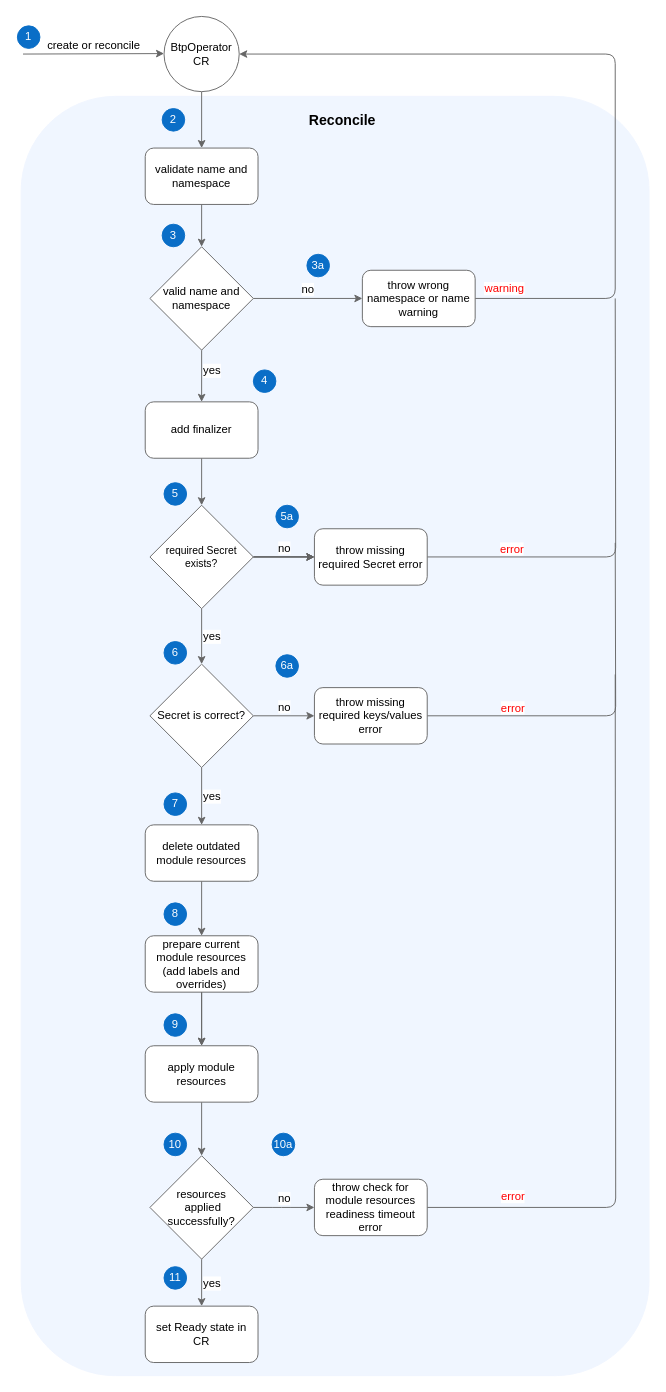
Before: docs/assets/activity_provisioning.drawio in kyma-project/btp-manager, a draw.io diagram. Source tidied: cells renumbered, new cells numbered last; positions are measured from the earlier drawing's top-left corner, leaving out a move shared by most shapes. Both pictures are drawn from the tidied source at 94%, with x=0, y=0 at pixel (17, 16).
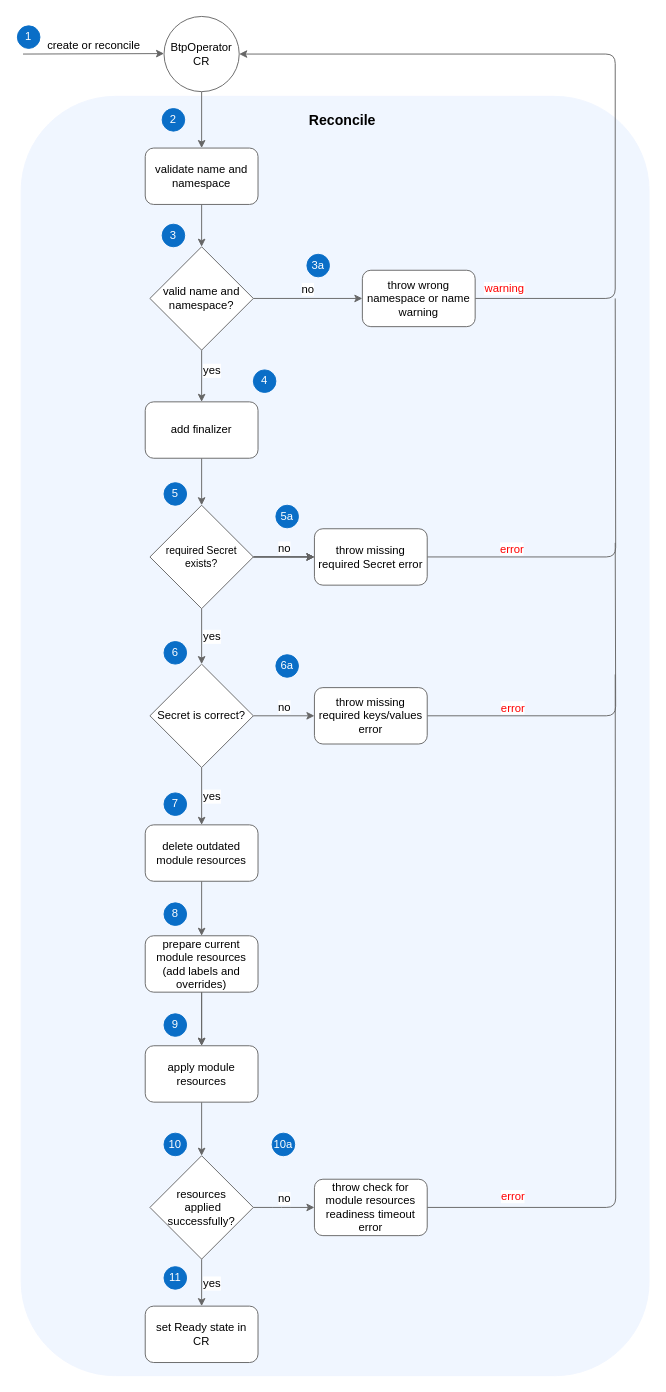
After the change.

The edit, as a diff of the source:
```diff
@@
-    <mxCell id="9" value="&lt;span style=&quot;font-size: 12px;&quot;&gt;valid name and namespace&lt;/span&gt;" style="rhombus;whiteSpace=wrap;html=1;fontSize=11;strokeColor=#666666;" parent="1" vertex="1">
+    <mxCell id="9" value="&lt;span style=&quot;font-size: 12px;&quot;&gt;valid name and namespace?&lt;/span&gt;" style="rhombus;whiteSpace=wrap;html=1;fontSize=11;strokeColor=#666666;" parent="1" vertex="1">
       <mxGeometry x="141" y="245" width="110" height="110" as="geometry" />
     </mxCell>
```
